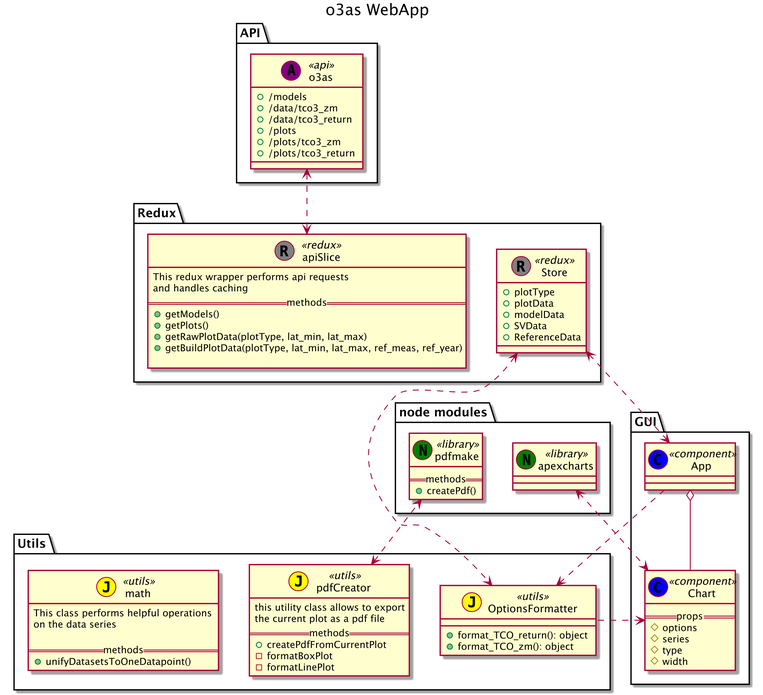
EOSC-synergy/o3webapp keeps this PlantUML diagram as DesignPhase/UML/package-structure/package-diagram.png. Above is the earlier version.
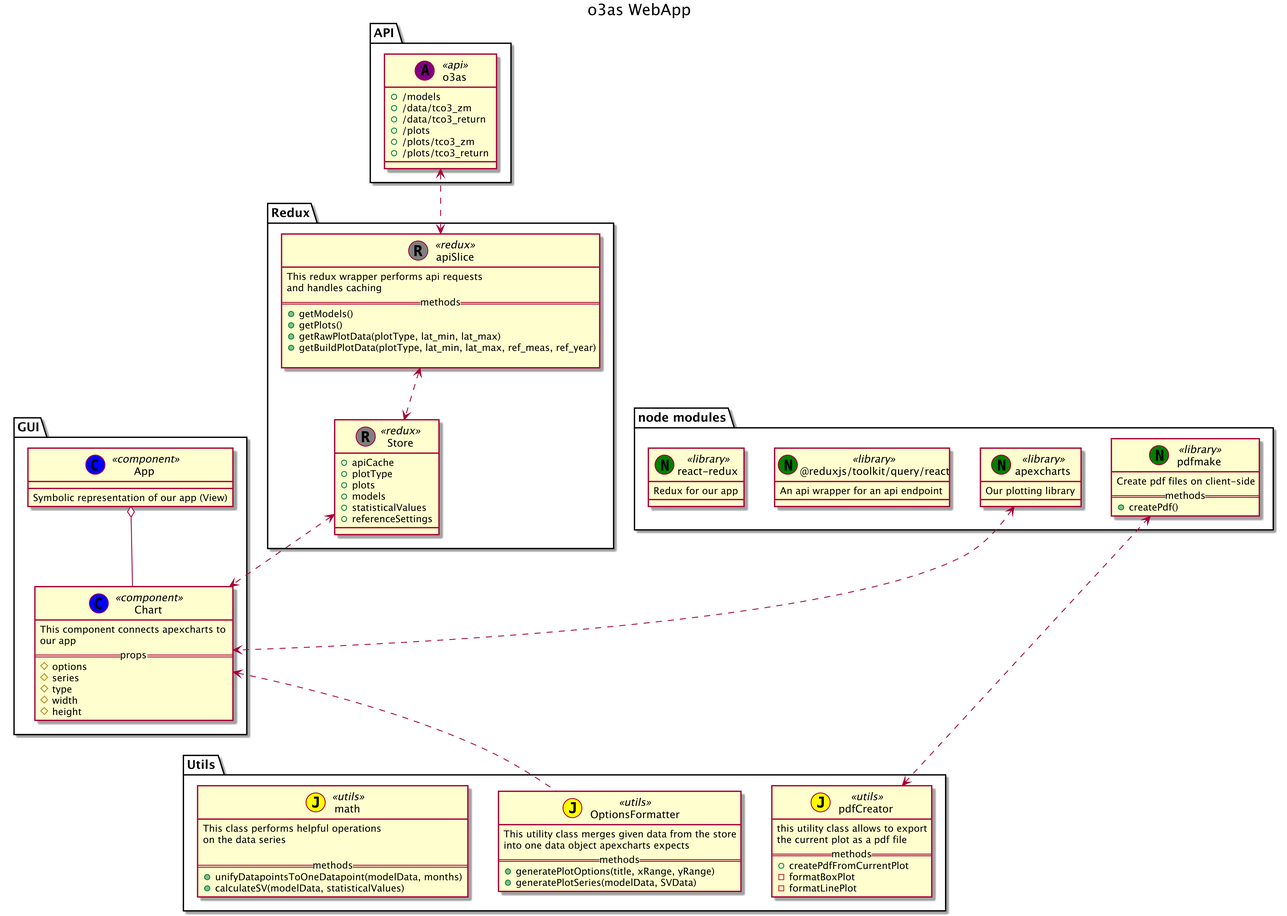
Above is the later version.

Commit message:
extended package diagram

Diff of the diagram source:
```diff
@@ -4,15 +4,17 @@
 
 package "GUI" {
     class "App" << (C,blue) component>> {
-
+        Symbolic representation of our app (View)
     }
 
     class "Chart" << (C, blue) component>> {
+        This component connects apexcharts to\nour app
         ==props==
         #options
         #series
         #type
         #width
+        #height
     }
 
 }
@@ -38,11 +40,12 @@
 package "Redux" {
 
     class "Store" << (R, gray) redux >> {
+        +apiCache
         +plotType
-        +plotData
-        +modelData
-        +SVData
-        +ReferenceData
+        +plots
+        +models
+        +statisticalValues
+        +referenceSettings
 
     }
 
@@ -62,8 +65,10 @@
 
 
     class "OptionsFormatter" << (J, yellow) utils >> {
-        +format_TCO_return(): object
-        +format_TCO_zm(): object
+        This utility class merges given data from the store\ninto one data object apexcharts expects
+        ==methods==
+        +generatePlotOptions(title, xRange, yRange)
+        +generatePlotSeries(modelData, SVData)
     }
 
     class "pdfCreator" <<(J, yellow) utils >> {
@@ -78,7 +83,8 @@
         This class performs helpful operations\non the data series
 
         ==methods==
-        +unifyDatasetsToOneDatapoint()
+        +unifyDatapointsToOneDatapoint(modelData, months)
+        +calculateSV(modelData, statisticalValues)
     }
 
 }
@@ -86,22 +92,30 @@
 package "node modules" {
 
     class "pdfmake" << (N, green) library >> {
+        Create pdf files on client-side
         ==methods==
         +createPdf()
     }
 
     class "apexcharts" <<(N, green) library >> {
+        Our plotting library
+    }
 
+    class "@reduxjs/toolkit/query/react" <<(N, green) library >> {
+        An api wrapper for an api endpoint
+    }
+
+    class "react-redux" <<(N, green) library >> {
+        Redux for our app
     }
 
 }
 
 "apexcharts" <..> "Chart"
 "o3as" <..> "apiSlice"
+"apiSlice" <..> "Store"
 "pdfCreator" <..> "pdfmake"
-"Store" <..> "App"
-"Store" <..> "OptionsFormatter"
-"App" ..> "OptionsFormatter"
+"Store" <..> "Chart"
 "Chart" <.. "OptionsFormatter"
 "App" o-- "Chart"
 
```
